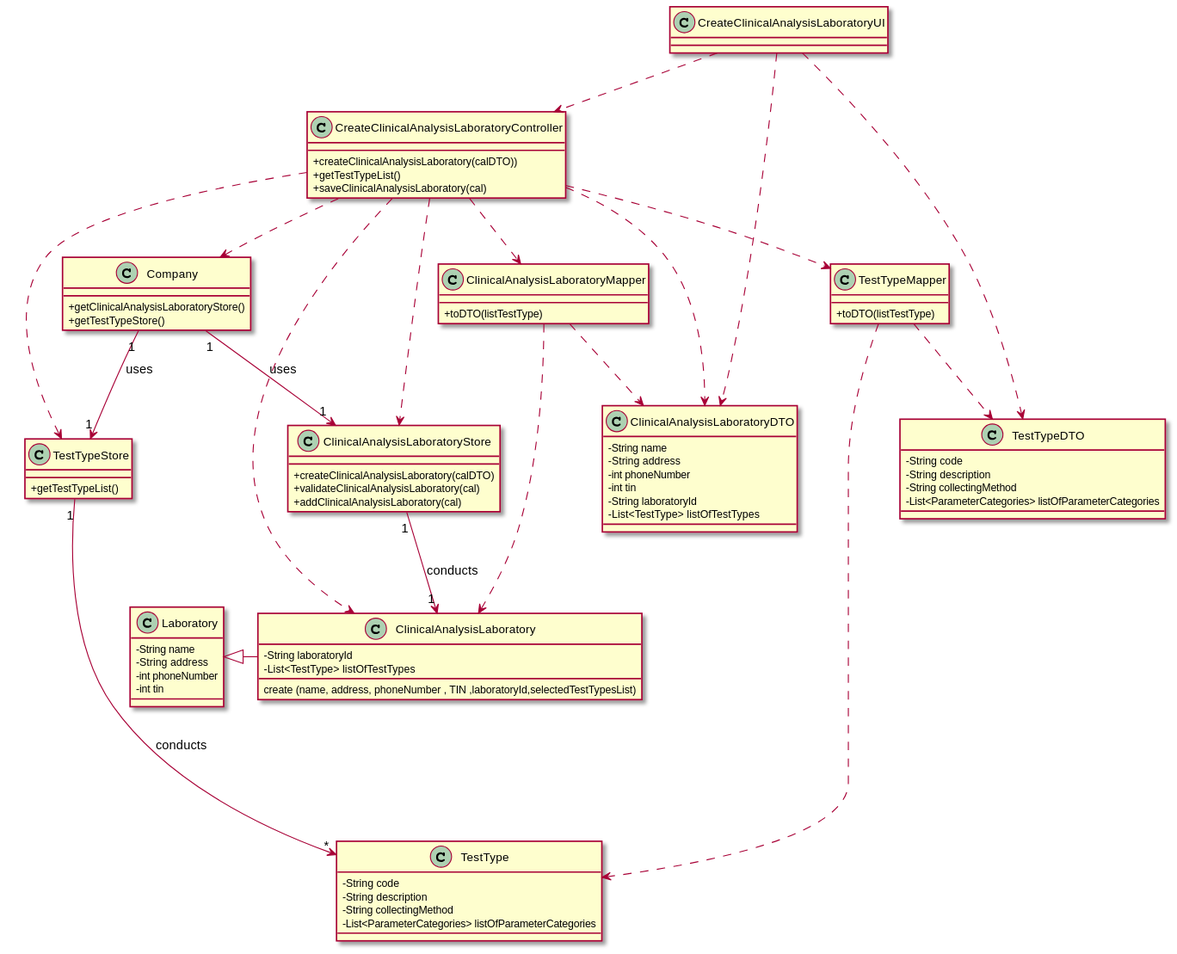
Above: docs/SprintB/US08/US08_CD.svg in manu-07-ela/LAPR2_ISEP (PlantUML), before the change.
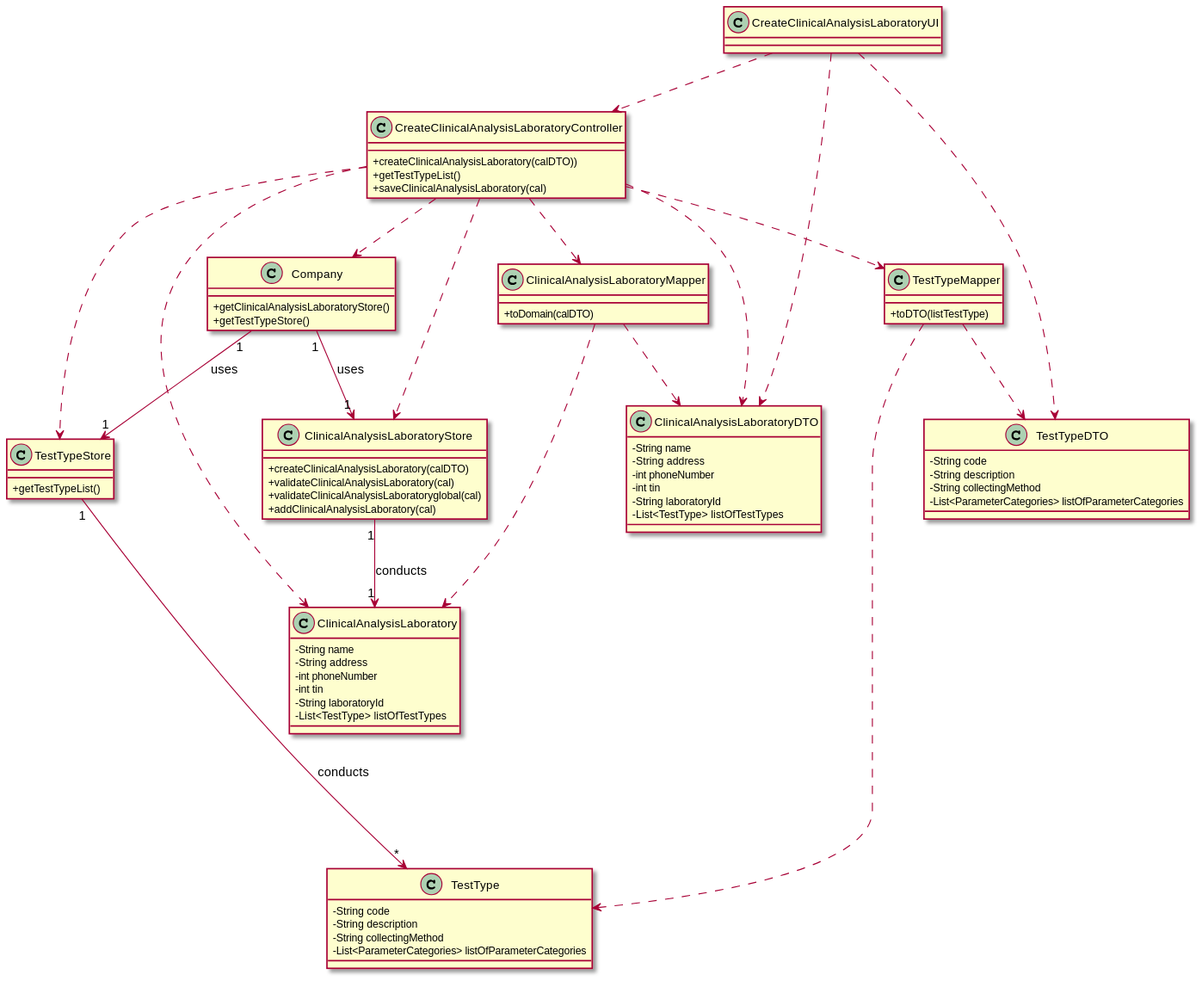
After the change.

Change to the diagram source:
```diff
@@ -17,20 +17,17 @@
 
 
 class ClinicalAnalysisLaboratory {
+  -String name
+  -String address
+  -int phoneNumber
+  -int tin
   -String laboratoryId
   -List<TestType> listOfTestTypes
-  create (name, address, phoneNumber , TIN ,laboratoryId,selectedTestTypesList)
+
 
 
 }
 
-class Laboratory {
-  -String name
-  -String address
-  -int phoneNumber
-  -int tin
-
-}
 
 class TestTypeStore{
 +getTestTypeList()
@@ -39,11 +36,12 @@
 class ClinicalAnalysisLaboratoryStore{
   +createClinicalAnalysisLaboratory(calDTO)
   +validateClinicalAnalysisLaboratory(cal)
+  +validateClinicalAnalysisLaboratoryglobal(cal)
   +addClinicalAnalysisLaboratory(cal)
 }
 
 class ClinicalAnalysisLaboratoryMapper {
-   +toDTO(listTestType)
+   +toDomain(calDTO)
 
 }
 
@@ -91,7 +89,6 @@
 CreateClinicalAnalysisLaboratoryController ..> ClinicalAnalysisLaboratory
 CreateClinicalAnalysisLaboratoryController ..> TestTypeMapper
 ClinicalAnalysisLaboratoryStore"1" --> "1" ClinicalAnalysisLaboratory : conducts
-Laboratory  <|- ClinicalAnalysisLaboratory
 ClinicalAnalysisLaboratoryMapper ..> ClinicalAnalysisLaboratoryDTO
 ClinicalAnalysisLaboratoryMapper ...> ClinicalAnalysisLaboratory
 Company "1" --> "1" TestTypeStore : uses
```
